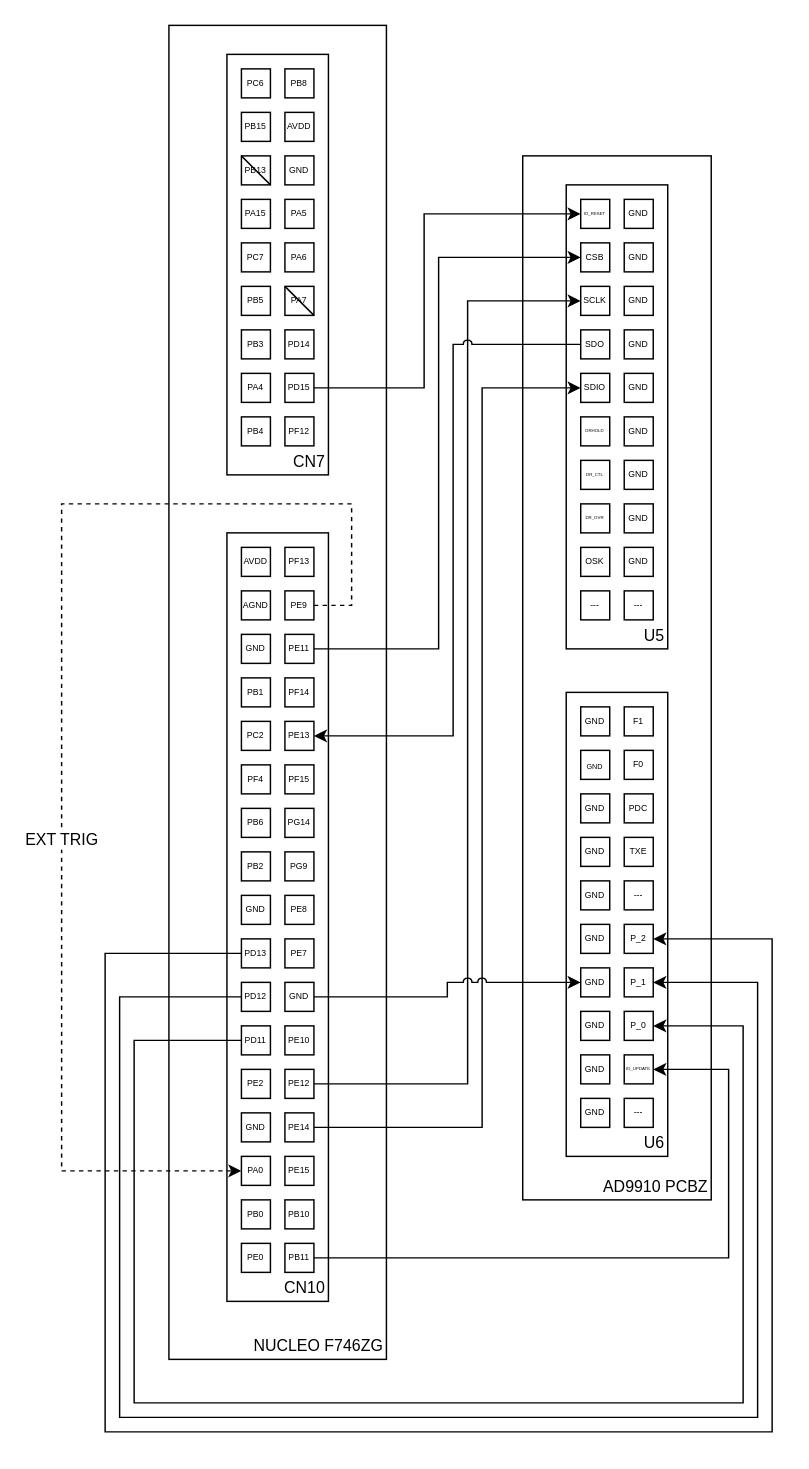
The draw.io diagram wiring_diagram.drawio in AXKuhta/stm32_ad9910, before the edit. Source tidied: cells renumbered, new cells numbered last; positions are measured from the earlier drawing's top-left corner, leaving out a move shared by most shapes. Both pictures are drawn from the tidied source at 145%, with x=0, y=0 at pixel (61, 25).
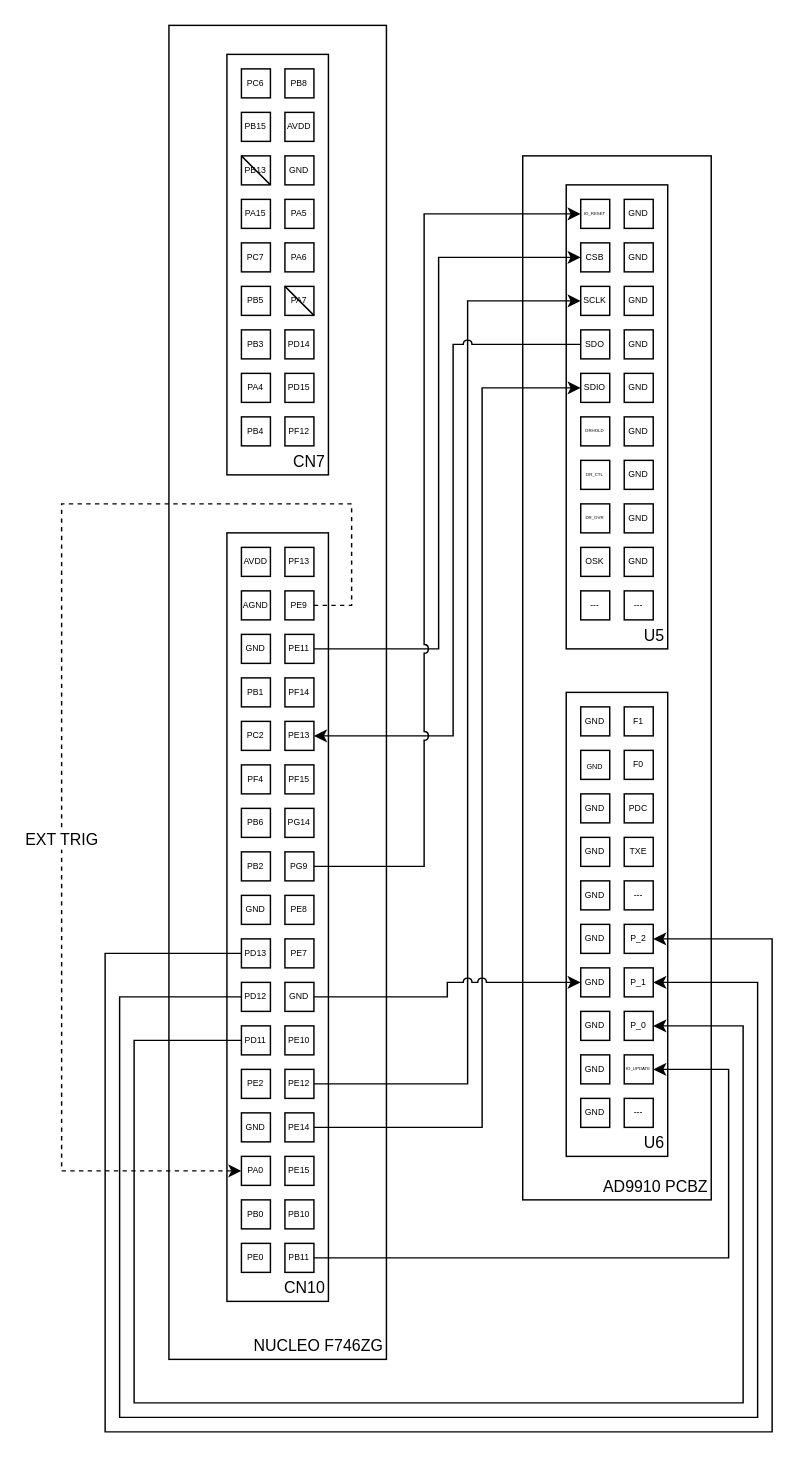
The same diagram, later.

Commit message:
Update wiring diagram

The change refers to these unchanged cells:
```xml
<mxCell id="13" value="PD15" style="rounded=0;whiteSpace=wrap;html=1;fontSize=6;" parent="4" vertex="1">
  <mxGeometry x="40" y="220" width="20" height="20" as="geometry" />
</mxCell>
<mxCell id="36" value="PG9" style="rounded=0;whiteSpace=wrap;html=1;fontSize=6;" parent="26" vertex="1">
  <mxGeometry x="40" y="220" width="20" height="20" as="geometry" />
</mxCell>
<mxCell id="67" value="IO_RESET" style="rounded=0;whiteSpace=wrap;html=1;fontSize=3;" parent="65" vertex="1">
  <mxGeometry x="10" y="10" width="20" height="20" as="geometry" />
</mxCell>
```

The edit, as a diff of the source:
```diff
@@
-    <mxCell id="118" style="edgeStyle=orthogonalEdgeStyle;rounded=0;jumpStyle=arc;jettySize=auto;html=1;entryX=0;entryY=0.5;entryDx=0;entryDy=0;" parent="1" edge="1" source="13" target="67">
+    <mxCell id="118" style="edgeStyle=orthogonalEdgeStyle;rounded=0;jumpStyle=arc;jettySize=auto;html=1;entryX=0;entryY=0.5;entryDx=0;entryDy=0;exitX=1;exitY=0.5;exitDx=0;exitDy=0;" parent="1" edge="1" source="36" target="67">
       <mxGeometry relative="1" as="geometry">
         <Array as="points">
-          <mxPoint x="250" y="250" />
+          <mxPoint x="250" y="580" />
           <mxPoint x="250" y="130" />
         </Array>
       </mxGeometry>
     </mxCell>
```
